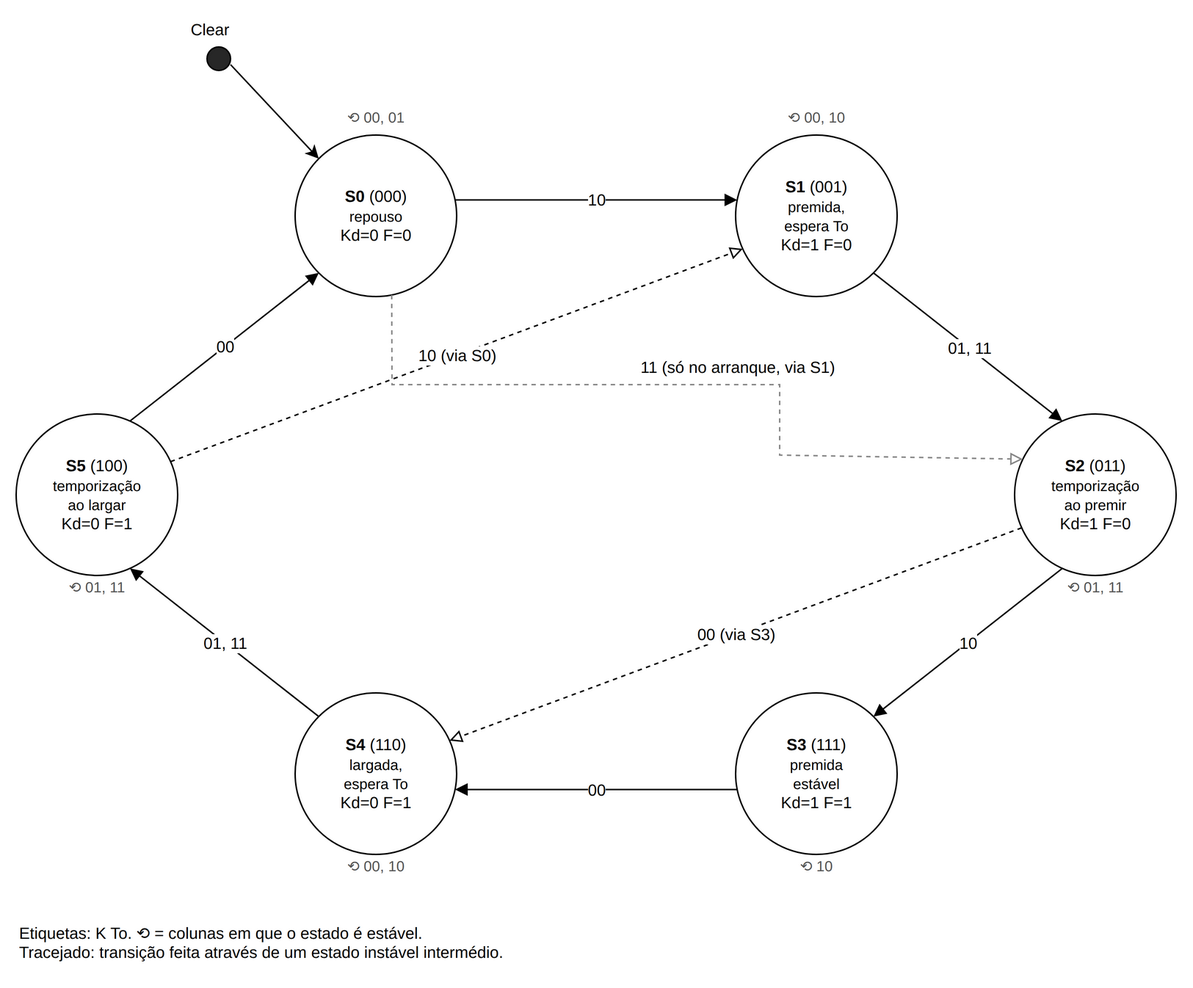
Before: lab3/relatorio/figuras/diagrama_estados.png, a diagram exported from draw.io (dieguscl/sd2). Source tidied: cells renumbered, new cells last; positions are measured from the earlier drawing's top-left corner, leaving out a move shared by most shapes. Its diagram source:
```xml
<mxGraphModel>
  <root>
    <mxCell id="0" />
    <mxCell id="1" parent="0" />
    <mxCell id="2" value="&lt;b&gt;S0&lt;/b&gt; (000)&lt;br&gt;&lt;font style=&quot;font-size:10px&quot;&gt;repouso&lt;/font&gt;&lt;br&gt;Kd=0 F=0" style="ellipse;whiteSpace=wrap;html=1;fontSize=11;" parent="1" vertex="1">
      <mxGeometry x="190" y="82" width="110" height="110" as="geometry" />
    </mxCell>
    <mxCell id="3" value="⟲ 00, 01" style="text;html=1;whiteSpace=wrap;strokeColor=none;fillColor=none;align=center;verticalAlign=middle;rounded=0;fontSize=10;fontColor=#555555;" parent="1" vertex="1">
      <mxGeometry x="205" y="60" width="80" height="20" as="geometry" />
    </mxCell>
    <mxCell id="4" value="&lt;b&gt;S1&lt;/b&gt; (001)&lt;br&gt;&lt;font style=&quot;font-size:10px&quot;&gt;premida,&lt;br&gt;espera To&lt;/font&gt;&lt;br&gt;Kd=1 F=0" style="ellipse;whiteSpace=wrap;html=1;fontSize=11;" parent="1" vertex="1">
      <mxGeometry x="490" y="82" width="110" height="110" as="geometry" />
    </mxCell>
    <mxCell id="5" value="⟲ 00, 10" style="text;html=1;whiteSpace=wrap;strokeColor=none;fillColor=none;align=center;verticalAlign=middle;rounded=0;fontSize=10;fontColor=#555555;" parent="1" vertex="1">
      <mxGeometry x="505" y="60" width="80" height="20" as="geometry" />
    </mxCell>
    <mxCell id="6" value="&lt;b&gt;S2&lt;/b&gt; (011)&lt;br&gt;&lt;font style=&quot;font-size:10px&quot;&gt;temporização&lt;br&gt;ao premir&lt;/font&gt;&lt;br&gt;Kd=1 F=0" style="ellipse;whiteSpace=wrap;html=1;fontSize=11;" parent="1" vertex="1">
      <mxGeometry x="680" y="272" width="110" height="110" as="geometry" />
    </mxCell>
    <mxCell id="7" value="⟲ 01, 11" style="text;html=1;whiteSpace=wrap;strokeColor=none;fillColor=none;align=center;verticalAlign=middle;rounded=0;fontSize=10;fontColor=#555555;" parent="1" vertex="1">
      <mxGeometry x="695" y="380" width="80" height="20" as="geometry" />
    </mxCell>
    <mxCell id="8" value="&lt;b&gt;S3&lt;/b&gt; (111)&lt;br&gt;&lt;font style=&quot;font-size:10px&quot;&gt;premida&lt;br&gt;estável&lt;/font&gt;&lt;br&gt;Kd=1 F=1" style="ellipse;whiteSpace=wrap;html=1;fontSize=11;" parent="1" vertex="1">
      <mxGeometry x="490" y="462" width="110" height="110" as="geometry" />
    </mxCell>
    <mxCell id="9" value="⟲ 10" style="text;html=1;whiteSpace=wrap;strokeColor=none;fillColor=none;align=center;verticalAlign=middle;rounded=0;fontSize=10;fontColor=#555555;" parent="1" vertex="1">
      <mxGeometry x="505" y="570" width="80" height="20" as="geometry" />
    </mxCell>
    <mxCell id="10" value="&lt;b&gt;S4&lt;/b&gt; (110)&lt;br&gt;&lt;font style=&quot;font-size:10px&quot;&gt;largada,&lt;br&gt;espera To&lt;/font&gt;&lt;br&gt;Kd=0 F=1" style="ellipse;whiteSpace=wrap;html=1;fontSize=11;" parent="1" vertex="1">
      <mxGeometry x="190" y="462" width="110" height="110" as="geometry" />
    </mxCell>
    <mxCell id="11" value="⟲ 00, 10" style="text;html=1;whiteSpace=wrap;strokeColor=none;fillColor=none;align=center;verticalAlign=middle;rounded=0;fontSize=10;fontColor=#555555;" parent="1" vertex="1">
      <mxGeometry x="205" y="570" width="80" height="20" as="geometry" />
    </mxCell>
    <mxCell id="12" value="&lt;b&gt;S5&lt;/b&gt; (100)&lt;br&gt;&lt;font style=&quot;font-size:10px&quot;&gt;temporização&lt;br&gt;ao largar&lt;/font&gt;&lt;br&gt;Kd=0 F=1" style="ellipse;whiteSpace=wrap;html=1;fontSize=11;" parent="1" vertex="1">
      <mxGeometry y="272" width="110" height="110" as="geometry" />
    </mxCell>
    <mxCell id="13" value="⟲ 01, 11" style="text;html=1;whiteSpace=wrap;strokeColor=none;fillColor=none;align=center;verticalAlign=middle;rounded=0;fontSize=10;fontColor=#555555;" parent="1" vertex="1">
      <mxGeometry x="15" y="380" width="80" height="20" as="geometry" />
    </mxCell>
    <mxCell id="14" style="ellipse;whiteSpace=wrap;html=1;fillColor=#272727;" parent="1" vertex="1">
      <mxGeometry x="130" y="22" width="16" height="16" as="geometry" />
    </mxCell>
    <mxCell id="15" value="Clear" style="text;html=1;whiteSpace=wrap;strokeColor=none;fillColor=none;align=center;verticalAlign=middle;rounded=0;fontSize=11;" parent="1" vertex="1">
      <mxGeometry x="102" width="60" height="20" as="geometry" />
    </mxCell>
    <mxCell id="16" style="rounded=0;html=1;entryX=0.15;entryY=0.15;entryDx=0;entryDy=0;" parent="1" edge="1" target="2">
      <mxGeometry relative="1" as="geometry">
        <mxPoint x="146" y="34" as="sourcePoint" />
      </mxGeometry>
    </mxCell>
    <mxCell id="17" style="rounded=0;html=1;endArrow=block;endFill=1;exitX=1;exitY=0.4;exitDx=0;exitDy=0;entryX=0;entryY=0.4;entryDx=0;entryDy=0;" parent="1" edge="1" source="2" target="4">
      <mxGeometry relative="1" as="geometry" />
    </mxCell>
    <mxCell id="18" value="10" style="edgeLabel;html=1;align=center;verticalAlign=middle;fontSize=11;" parent="17" vertex="1">
      <mxGeometry relative="1" as="geometry" />
    </mxCell>
    <mxCell id="19" style="rounded=0;html=1;endArrow=block;endFill=1;exitX=0.85;exitY=0.85;exitDx=0;exitDy=0;entryX=0.3;entryY=0.05;entryDx=0;entryDy=0;" parent="1" edge="1" source="4" target="6">
      <mxGeometry relative="1" as="geometry" />
    </mxCell>
    <mxCell id="20" value="01, 11" style="edgeLabel;html=1;align=center;verticalAlign=middle;fontSize=11;" parent="19" vertex="1">
      <mxGeometry relative="1" as="geometry" />
    </mxCell>
    <mxCell id="21" style="rounded=0;html=1;endArrow=block;endFill=1;exitX=0.3;exitY=0.95;exitDx=0;exitDy=0;entryX=0.85;entryY=0.15;entryDx=0;entryDy=0;" parent="1" edge="1" source="6" target="8">
      <mxGeometry relative="1" as="geometry" />
    </mxCell>
    <mxCell id="22" value="10" style="edgeLabel;html=1;align=center;verticalAlign=middle;fontSize=11;" parent="21" vertex="1">
      <mxGeometry relative="1" as="geometry" />
    </mxCell>
    <mxCell id="23" style="rounded=0;html=1;endArrow=block;endFill=1;exitX=0;exitY=0.6;exitDx=0;exitDy=0;entryX=1;entryY=0.6;entryDx=0;entryDy=0;" parent="1" edge="1" source="8" target="10">
      <mxGeometry relative="1" as="geometry" />
    </mxCell>
    <mxCell id="24" value="00" style="edgeLabel;html=1;align=center;verticalAlign=middle;fontSize=11;" parent="23" vertex="1">
      <mxGeometry relative="1" as="geometry" />
    </mxCell>
    <mxCell id="25" style="rounded=0;html=1;endArrow=block;endFill=1;exitX=0.15;exitY=0.15;exitDx=0;exitDy=0;entryX=0.7;entryY=0.95;entryDx=0;entryDy=0;" parent="1" edge="1" source="10" target="12">
      <mxGeometry relative="1" as="geometry" />
    </mxCell>
    <mxCell id="26" value="01, 11" style="edgeLabel;html=1;align=center;verticalAlign=middle;fontSize=11;" parent="25" vertex="1">
      <mxGeometry relative="1" as="geometry" />
    </mxCell>
    <mxCell id="27" style="rounded=0;html=1;endArrow=block;endFill=1;exitX=0.7;exitY=0.05;exitDx=0;exitDy=0;entryX=0.15;entryY=0.85;entryDx=0;entryDy=0;" parent="1" edge="1" source="12" target="2">
      <mxGeometry relative="1" as="geometry" />
    </mxCell>
    <mxCell id="28" value="00" style="edgeLabel;html=1;align=center;verticalAlign=middle;fontSize=11;" parent="27" vertex="1">
      <mxGeometry relative="1" as="geometry" />
    </mxCell>
    <mxCell id="29" style="rounded=0;html=1;endArrow=block;endFill=0;dashed=1;exitX=0.05;exitY=0.7;exitDx=0;exitDy=0;entryX=0.95;entryY=0.3;entryDx=0;entryDy=0;" parent="1" edge="1" source="6" target="10">
      <mxGeometry relative="1" as="geometry" />
    </mxCell>
    <mxCell id="30" value="00 (via S3)" style="edgeLabel;html=1;align=center;verticalAlign=middle;fontSize=11;" parent="29" vertex="1">
      <mxGeometry relative="1" as="geometry" />
    </mxCell>
    <mxCell id="31" style="rounded=0;html=1;endArrow=block;endFill=0;dashed=1;exitX=0.95;exitY=0.3;exitDx=0;exitDy=0;entryX=0.05;entryY=0.7;entryDx=0;entryDy=0;" parent="1" edge="1" source="12" target="4">
      <mxGeometry relative="1" as="geometry" />
    </mxCell>
    <mxCell id="32" value="10 (via S0)" style="edgeLabel;html=1;align=center;verticalAlign=middle;fontSize=11;" parent="31" vertex="1">
      <mxGeometry relative="1" as="geometry" />
    </mxCell>
    <mxCell id="33" style="rounded=0;html=1;endArrow=block;endFill=0;dashed=1;strokeColor=#888888;exitX=0.6;exitY=1;exitDx=0;exitDy=0;entryX=0;entryY=0.25;entryDx=0;entryDy=0;" parent="1" edge="1" source="2" target="6">
      <mxGeometry relative="1" as="geometry">
        <Array as="points">
          <mxPoint x="256" y="252" />
          <mxPoint x="520" y="252" />
          <mxPoint x="520" y="300" />
        </Array>
      </mxGeometry>
    </mxCell>
    <mxCell id="34" value="11 (só no arranque, via S1)" style="edgeLabel;html=1;align=center;verticalAlign=middle;fontSize=11;" parent="33" vertex="1">
      <mxGeometry x="0.1" relative="1" as="geometry">
        <mxPoint y="-12" as="offset" />
      </mxGeometry>
    </mxCell>
    <mxCell id="35" value="Etiquetas: K To. ⟲ = colunas em que o estado é estável.&lt;br&gt;Tracejado: transição feita através de um estado instável intermédio." style="text;html=1;whiteSpace=wrap;strokeColor=none;fillColor=none;align=left;verticalAlign=middle;rounded=0;fontSize=11;" parent="1" vertex="1">
      <mxGeometry y="612" width="680" height="40" as="geometry" />
    </mxCell>
  </root>
</mxGraphModel>
```
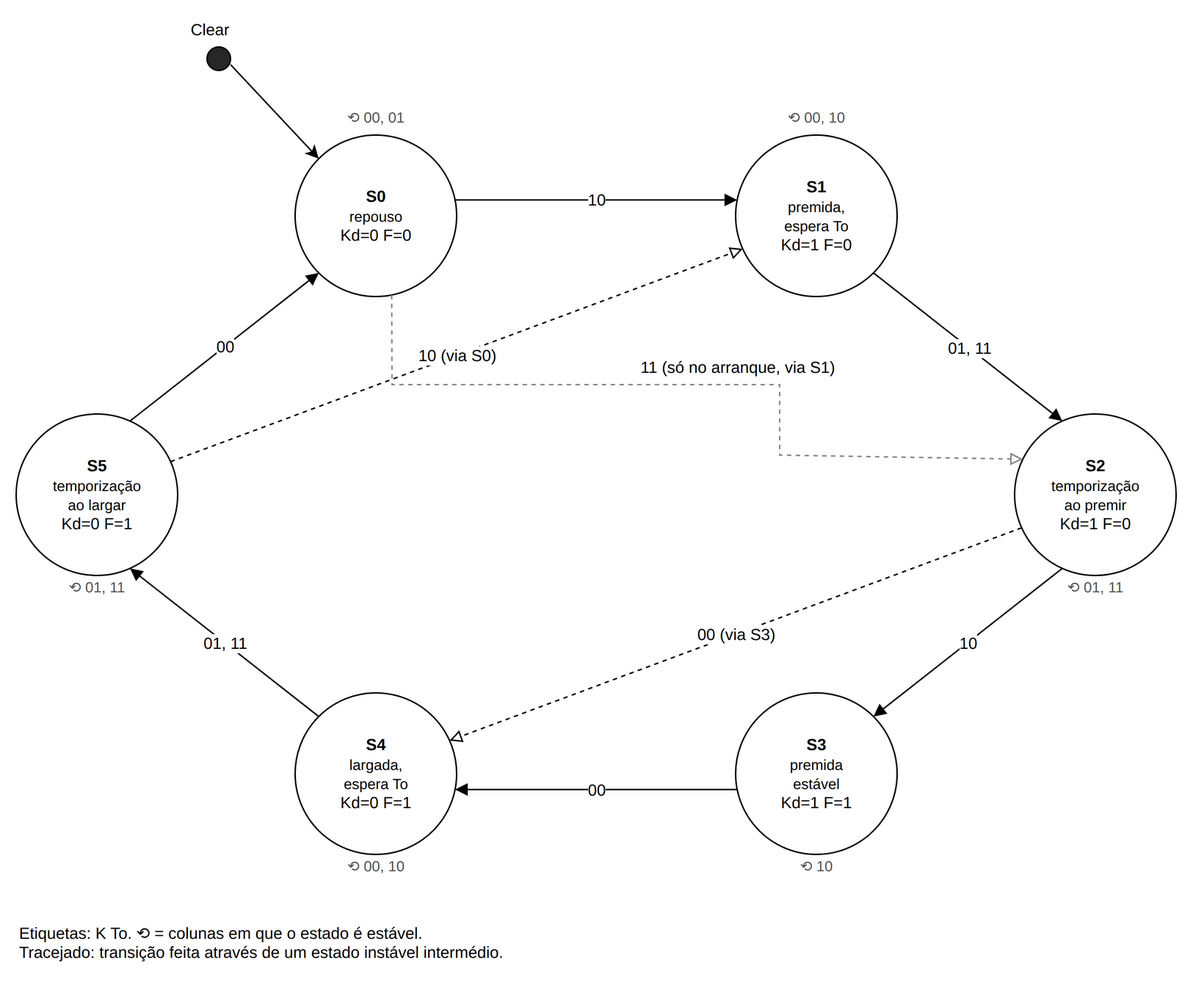
After the change.

Change to the diagram source:
```diff
@@ -2,37 +2,37 @@
   <root>
     <mxCell id="0" />
     <mxCell id="1" parent="0" />
-    <mxCell id="2" value="&lt;b&gt;S0&lt;/b&gt; (000)&lt;br&gt;&lt;font style=&quot;font-size:10px&quot;&gt;repouso&lt;/font&gt;&lt;br&gt;Kd=0 F=0" style="ellipse;whiteSpace=wrap;html=1;fontSize=11;" parent="1" vertex="1">
+    <mxCell id="2" value="&lt;b&gt;S0&lt;/b&gt;&lt;br&gt;&lt;font style=&quot;font-size:10px&quot;&gt;repouso&lt;/font&gt;&lt;br&gt;Kd=0 F=0" style="ellipse;whiteSpace=wrap;html=1;fontSize=11;" parent="1" vertex="1">
       <mxGeometry x="190" y="82" width="110" height="110" as="geometry" />
     </mxCell>
     <mxCell id="3" value="⟲ 00, 01" style="text;html=1;whiteSpace=wrap;strokeColor=none;fillColor=none;align=center;verticalAlign=middle;rounded=0;fontSize=10;fontColor=#555555;" parent="1" vertex="1">
       <mxGeometry x="205" y="60" width="80" height="20" as="geometry" />
     </mxCell>
-    <mxCell id="4" value="&lt;b&gt;S1&lt;/b&gt; (001)&lt;br&gt;&lt;font style=&quot;font-size:10px&quot;&gt;premida,&lt;br&gt;espera To&lt;/font&gt;&lt;br&gt;Kd=1 F=0" style="ellipse;whiteSpace=wrap;html=1;fontSize=11;" parent="1" vertex="1">
+    <mxCell id="4" value="&lt;b&gt;S1&lt;/b&gt;&lt;br&gt;&lt;font style=&quot;font-size:10px&quot;&gt;premida,&lt;br&gt;espera To&lt;/font&gt;&lt;br&gt;Kd=1 F=0" style="ellipse;whiteSpace=wrap;html=1;fontSize=11;" parent="1" vertex="1">
       <mxGeometry x="490" y="82" width="110" height="110" as="geometry" />
     </mxCell>
     <mxCell id="5" value="⟲ 00, 10" style="text;html=1;whiteSpace=wrap;strokeColor=none;fillColor=none;align=center;verticalAlign=middle;rounded=0;fontSize=10;fontColor=#555555;" parent="1" vertex="1">
       <mxGeometry x="505" y="60" width="80" height="20" as="geometry" />
     </mxCell>
-    <mxCell id="6" value="&lt;b&gt;S2&lt;/b&gt; (011)&lt;br&gt;&lt;font style=&quot;font-size:10px&quot;&gt;temporização&lt;br&gt;ao premir&lt;/font&gt;&lt;br&gt;Kd=1 F=0" style="ellipse;whiteSpace=wrap;html=1;fontSize=11;" parent="1" vertex="1">
+    <mxCell id="6" value="&lt;b&gt;S2&lt;/b&gt;&lt;br&gt;&lt;font style=&quot;font-size:10px&quot;&gt;temporização&lt;br&gt;ao premir&lt;/font&gt;&lt;br&gt;Kd=1 F=0" style="ellipse;whiteSpace=wrap;html=1;fontSize=11;" parent="1" vertex="1">
       <mxGeometry x="680" y="272" width="110" height="110" as="geometry" />
     </mxCell>
     <mxCell id="7" value="⟲ 01, 11" style="text;html=1;whiteSpace=wrap;strokeColor=none;fillColor=none;align=center;verticalAlign=middle;rounded=0;fontSize=10;fontColor=#555555;" parent="1" vertex="1">
       <mxGeometry x="695" y="380" width="80" height="20" as="geometry" />
     </mxCell>
-    <mxCell id="8" value="&lt;b&gt;S3&lt;/b&gt; (111)&lt;br&gt;&lt;font style=&quot;font-size:10px&quot;&gt;premida&lt;br&gt;estável&lt;/font&gt;&lt;br&gt;Kd=1 F=1" style="ellipse;whiteSpace=wrap;html=1;fontSize=11;" parent="1" vertex="1">
+    <mxCell id="8" value="&lt;b&gt;S3&lt;/b&gt;&lt;br&gt;&lt;font style=&quot;font-size:10px&quot;&gt;premida&lt;br&gt;estável&lt;/font&gt;&lt;br&gt;Kd=1 F=1" style="ellipse;whiteSpace=wrap;html=1;fontSize=11;" parent="1" vertex="1">
       <mxGeometry x="490" y="462" width="110" height="110" as="geometry" />
     </mxCell>
     <mxCell id="9" value="⟲ 10" style="text;html=1;whiteSpace=wrap;strokeColor=none;fillColor=none;align=center;verticalAlign=middle;rounded=0;fontSize=10;fontColor=#555555;" parent="1" vertex="1">
       <mxGeometry x="505" y="570" width="80" height="20" as="geometry" />
     </mxCell>
-    <mxCell id="10" value="&lt;b&gt;S4&lt;/b&gt; (110)&lt;br&gt;&lt;font style=&quot;font-size:10px&quot;&gt;largada,&lt;br&gt;espera To&lt;/font&gt;&lt;br&gt;Kd=0 F=1" style="ellipse;whiteSpace=wrap;html=1;fontSize=11;" parent="1" vertex="1">
+    <mxCell id="10" value="&lt;b&gt;S4&lt;/b&gt;&lt;br&gt;&lt;font style=&quot;font-size:10px&quot;&gt;largada,&lt;br&gt;espera To&lt;/font&gt;&lt;br&gt;Kd=0 F=1" style="ellipse;whiteSpace=wrap;html=1;fontSize=11;" parent="1" vertex="1">
       <mxGeometry x="190" y="462" width="110" height="110" as="geometry" />
     </mxCell>
     <mxCell id="11" value="⟲ 00, 10" style="text;html=1;whiteSpace=wrap;strokeColor=none;fillColor=none;align=center;verticalAlign=middle;rounded=0;fontSize=10;fontColor=#555555;" parent="1" vertex="1">
       <mxGeometry x="205" y="570" width="80" height="20" as="geometry" />
     </mxCell>
-    <mxCell id="12" value="&lt;b&gt;S5&lt;/b&gt; (100)&lt;br&gt;&lt;font style=&quot;font-size:10px&quot;&gt;temporização&lt;br&gt;ao largar&lt;/font&gt;&lt;br&gt;Kd=0 F=1" style="ellipse;whiteSpace=wrap;html=1;fontSize=11;" parent="1" vertex="1">
+    <mxCell id="12" value="&lt;b&gt;S5&lt;/b&gt;&lt;br&gt;&lt;font style=&quot;font-size:10px&quot;&gt;temporização&lt;br&gt;ao largar&lt;/font&gt;&lt;br&gt;Kd=0 F=1" style="ellipse;whiteSpace=wrap;html=1;fontSize=11;" parent="1" vertex="1">
       <mxGeometry y="272" width="110" height="110" as="geometry" />
     </mxCell>
     <mxCell id="13" value="⟲ 01, 11" style="text;html=1;whiteSpace=wrap;strokeColor=none;fillColor=none;align=center;verticalAlign=middle;rounded=0;fontSize=10;fontColor=#555555;" parent="1" vertex="1">
```
